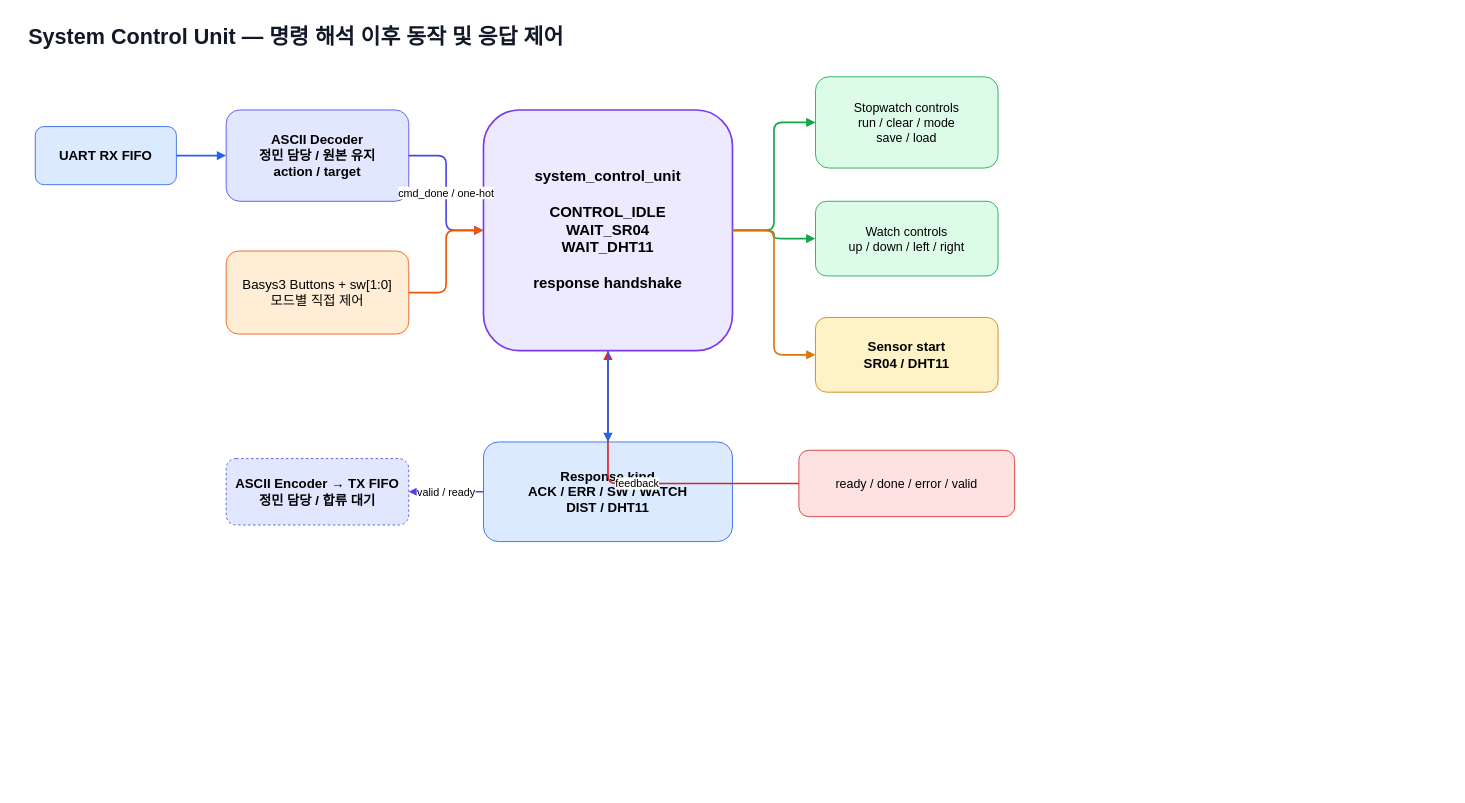
This is page "2_Control_Unit" (2 of 3) of docs/Minseong_BlockDiagram.drawio from Cha-pagetti/fpga_proj_sensor_watch_stopwatch, a draw.io file, before an edit. Source tidied: cells renumbered, new cells numbered last; positions are measured from the earlier drawing's top-left corner, leaving out a move shared by most shapes. Both pictures are drawn from the tidied source at 83%, with x=0, y=0 at pixel (27, 18).
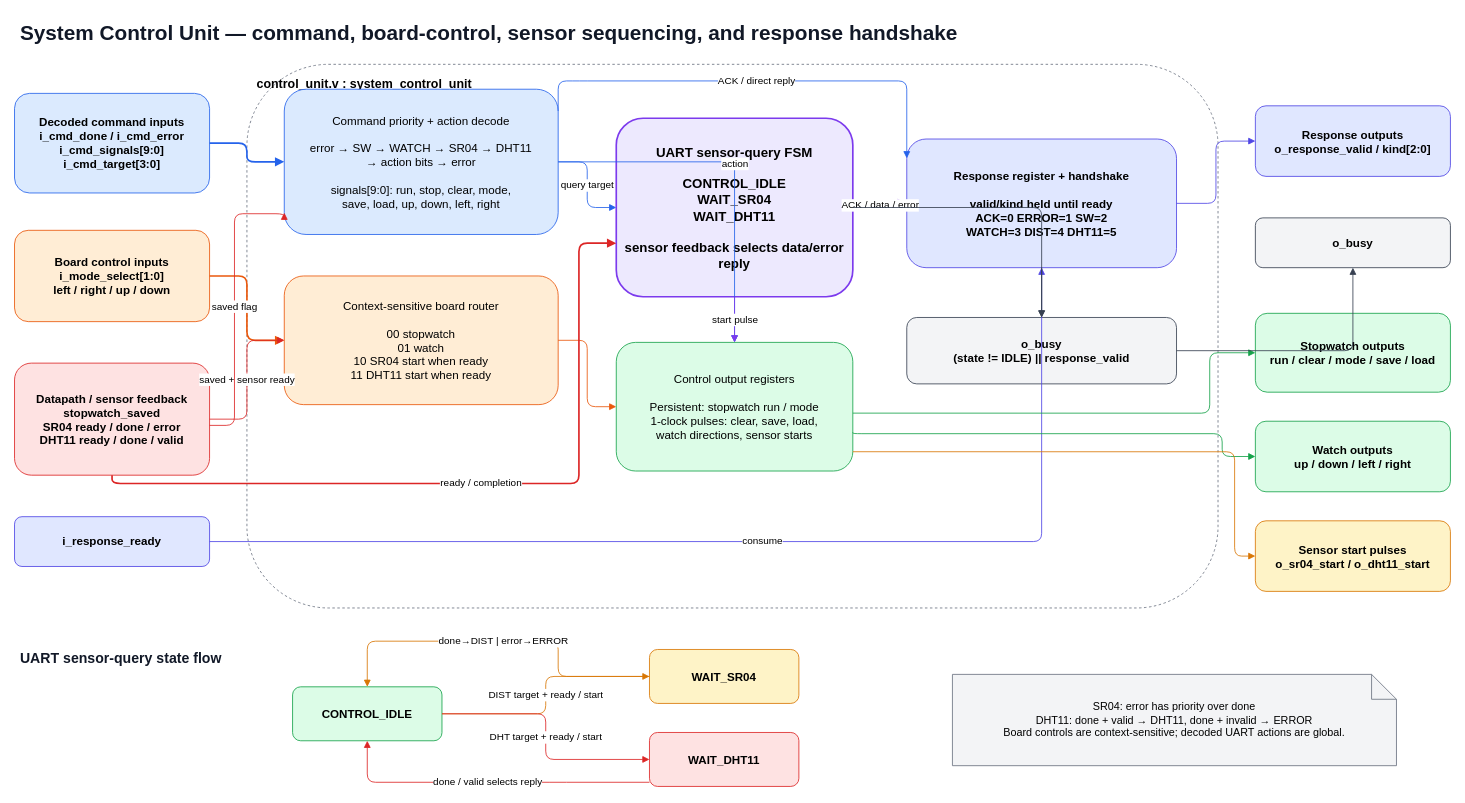
After the change.

Change to the diagram source:
```diff
@@
-    <mxCell id="2" value="System Control Unit — 명령 해석 이후 동작 및 응답 제어" style="text;html=1;strokeColor=none;fillColor=none;align=left;fontSize=26;fontStyle=1;fontColor=#111827;" parent="1" vertex="1">
-      <mxGeometry width="900" height="40" as="geometry" />
-    </mxCell>
-    <mxCell id="3" value="UART RX FIFO" style="rounded=1;whiteSpace=wrap;html=1;fillColor=#DBEAFE;strokeColor=#2563EB;fontSize=16;fontStyle=1;" parent="1" vertex="1">
-      <mxGeometry x="10" y="130" width="170" height="70" as="geometry" />
-    </mxCell>
-    <mxCell id="4" value="ASCII Decoder&#10;정민 담당 / 원본 유지&#10;action / target" style="rounded=1;whiteSpace=wrap;html=1;fillColor=#E0E7FF;strokeColor=#4F46E5;fontSize=16;fontStyle=1;" parent="1" vertex="1">
-      <mxGeometry x="240" y="110" width="220" height="110" as="geometry" />
-    </mxCell>
-    <mxCell id="5" value="Basys3 Buttons + sw[1:0]&#10;모드별 직접 제어" style="rounded=1;whiteSpace=wrap;html=1;fillColor=#FFEDD5;strokeColor=#EA580C;fontSize=16;" parent="1" vertex="1">
-      <mxGeometry x="240" y="280" width="220" height="100" as="geometry" />
-    </mxCell>
-    <mxCell id="6" value="system_control_unit&#10;&#10;CONTROL_IDLE&#10;WAIT_SR04&#10;WAIT_DHT11&#10;&#10;response handshake" style="rounded=1;whiteSpace=wrap;html=1;fillColor=#EDE9FE;strokeColor=#7C3AED;fontSize=18;fontStyle=1;strokeWidth=2;" parent="1" vertex="1">
-      <mxGeometry x="550" y="110" width="300" height="290" as="geometry" />
-    </mxCell>
-    <mxCell id="7" value="Stopwatch controls&#10;run / clear / mode&#10;save / load" style="rounded=1;whiteSpace=wrap;html=1;fillColor=#DCFCE7;strokeColor=#16A34A;fontSize=15;" parent="1" vertex="1">
-      <mxGeometry x="950" y="70" width="220" height="110" as="geometry" />
-    </mxCell>
-    <mxCell id="8" value="Watch controls&#10;up / down / left / right" style="rounded=1;whiteSpace=wrap;html=1;fillColor=#DCFCE7;strokeColor=#16A34A;fontSize=15;" parent="1" vertex="1">
-      <mxGeometry x="950" y="220" width="220" height="90" as="geometry" />
-    </mxCell>
-    <mxCell id="9" value="Sensor start&#10;SR04 / DHT11" style="rounded=1;whiteSpace=wrap;html=1;fillColor=#FEF3C7;strokeColor=#D97706;fontSize=16;fontStyle=1;" parent="1" vertex="1">
-      <mxGeometry x="950" y="360" width="220" height="90" as="geometry" />
-    </mxCell>
-    <mxCell id="10" value="ready / done / error / valid" style="rounded=1;whiteSpace=wrap;html=1;fillColor=#FEE2E2;strokeColor=#DC2626;fontSize=15;" parent="1" vertex="1">
-      <mxGeometry x="930" y="520" width="260" height="80" as="geometry" />
-    </mxCell>
-    <mxCell id="11" value="Response kind&#10;ACK / ERR / SW / WATCH&#10;DIST / DHT11" style="rounded=1;whiteSpace=wrap;html=1;fillColor=#DBEAFE;strokeColor=#2563EB;fontSize=16;fontStyle=1;" parent="1" vertex="1">
-      <mxGeometry x="550" y="510" width="300" height="120" as="geometry" />
-    </mxCell>
-    <mxCell id="12" value="ASCII Encoder → TX FIFO&#10;정민 담당 / 합류 대기" style="rounded=1;whiteSpace=wrap;html=1;fillColor=#E0E7FF;strokeColor=#4F46E5;fontSize=16;fontStyle=1;dashed=1;" parent="1" vertex="1">
-      <mxGeometry x="240" y="530" width="220" height="80" as="geometry" />
-    </mxCell>
-    <mxCell id="13" style="edgeStyle=orthogonalEdgeStyle;html=1;endArrow=block;strokeWidth=2;strokeColor=#2563EB;" parent="1" edge="1" source="3" target="4">
-      <mxGeometry relative="1" as="geometry" />
-    </mxCell>
-    <mxCell id="14" value="cmd_done / one-hot" style="edgeStyle=orthogonalEdgeStyle;html=1;endArrow=block;strokeWidth=2;strokeColor=#4F46E5;fontSize=13;" parent="1" edge="1" source="4" target="6">
-      <mxGeometry relative="1" as="geometry" />
-    </mxCell>
-    <mxCell id="15" style="edgeStyle=orthogonalEdgeStyle;html=1;endArrow=block;strokeWidth=2;strokeColor=#EA580C;" parent="1" edge="1" source="5" target="6">
-      <mxGeometry relative="1" as="geometry" />
-    </mxCell>
-    <mxCell id="16" style="edgeStyle=orthogonalEdgeStyle;html=1;endArrow=block;strokeWidth=2;strokeColor=#16A34A;" parent="1" edge="1" source="6" target="7">
-      <mxGeometry relative="1" as="geometry" />
-    </mxCell>
-    <mxCell id="17" style="edgeStyle=orthogonalEdgeStyle;html=1;endArrow=block;strokeWidth=2;strokeColor=#16A34A;" parent="1" edge="1" source="6" target="8">
-      <mxGeometry relative="1" as="geometry" />
-    </mxCell>
-    <mxCell id="18" style="edgeStyle=orthogonalEdgeStyle;html=1;endArrow=block;strokeWidth=2;strokeColor=#D97706;" parent="1" edge="1" source="6" target="9">
-      <mxGeometry relative="1" as="geometry" />
-    </mxCell>
-    <mxCell id="19" value="feedback" style="edgeStyle=orthogonalEdgeStyle;html=1;endArrow=block;strokeWidth=2;strokeColor=#DC2626;fontSize=13;" parent="1" edge="1" source="10" target="6">
-      <mxGeometry relative="1" as="geometry" />
-    </mxCell>
-    <mxCell id="20" style="edgeStyle=orthogonalEdgeStyle;html=1;endArrow=block;strokeWidth=2;strokeColor=#2563EB;" parent="1" edge="1" source="6" target="11">
-      <mxGeometry relative="1" as="geometry" />
-    </mxCell>
-    <mxCell id="21" value="valid / ready" style="edgeStyle=orthogonalEdgeStyle;html=1;endArrow=block;strokeWidth=2;strokeColor=#4F46E5;fontSize=13;" parent="1" edge="1" source="11" target="12">
-      <mxGeometry relative="1" as="geometry" />
-    </mxCell>
+    <mxCell id="22" value="System Control Unit — command, board-control, sensor sequencing, and response handshake" style="text;html=1;strokeColor=none;fillColor=none;align=left;fontSize=25;fontStyle=1;fontColor=#111827;" parent="1" vertex="1">
+      <mxGeometry x="-10" y="-5" width="1250" height="40" as="geometry" />
+    </mxCell>
+    <mxCell id="23" value="control_unit.v : system_control_unit" style="rounded=1;whiteSpace=wrap;html=1;fillColor=none;strokeColor=#6B7280;dashed=1;verticalAlign=top;align=left;spacingTop=8;spacingLeft=10;fontSize=15;fontStyle=1;" parent="1" vertex="1">
+      <mxGeometry x="265" y="55" width="1170" height="655" as="geometry" />
+    </mxCell>
+    <mxCell id="24" value="Decoded command inputs&#10;i_cmd_done / i_cmd_error&#10;i_cmd_signals[9:0]&#10;i_cmd_target[3:0]" style="rounded=1;whiteSpace=wrap;html=1;fillColor=#DBEAFE;strokeColor=#2563EB;fontSize=14;fontStyle=1;" parent="1" vertex="1">
+      <mxGeometry x="-15" y="90" width="235" height="120" as="geometry" />
+    </mxCell>
+    <mxCell id="25" value="Board control inputs&#10;i_mode_select[1:0]&#10;left / right / up / down" style="rounded=1;whiteSpace=wrap;html=1;fillColor=#FFEDD5;strokeColor=#EA580C;fontSize=14;fontStyle=1;" parent="1" vertex="1">
+      <mxGeometry x="-15" y="255" width="235" height="110" as="geometry" />
+    </mxCell>
+    <mxCell id="26" value="Datapath / sensor feedback&#10;stopwatch_saved&#10;SR04 ready / done / error&#10;DHT11 ready / done / valid" style="rounded=1;whiteSpace=wrap;html=1;fillColor=#FEE2E2;strokeColor=#DC2626;fontSize=14;fontStyle=1;" parent="1" vertex="1">
+      <mxGeometry x="-15" y="415" width="235" height="135" as="geometry" />
+    </mxCell>
+    <mxCell id="27" value="i_response_ready" style="rounded=1;whiteSpace=wrap;html=1;fillColor=#E0E7FF;strokeColor=#4F46E5;fontSize=14;fontStyle=1;" parent="1" vertex="1">
+      <mxGeometry x="-15" y="600" width="235" height="60" as="geometry" />
+    </mxCell>
+    <mxCell id="28" value="Command priority + action decode&#10;&#10;error → SW → WATCH → SR04 → DHT11&#10;→ action bits → error&#10;&#10;signals[9:0]: run, stop, clear, mode,&#10;save, load, up, down, left, right" style="rounded=1;whiteSpace=wrap;html=1;fillColor=#DBEAFE;strokeColor=#2563EB;fontSize=14;" parent="1" vertex="1">
+      <mxGeometry x="310" y="85" width="330" height="175" as="geometry" />
+    </mxCell>
+    <mxCell id="29" value="Context-sensitive board router&#10;&#10;00 stopwatch&#10;01 watch&#10;10 SR04 start when ready&#10;11 DHT11 start when ready" style="rounded=1;whiteSpace=wrap;html=1;fillColor=#FFEDD5;strokeColor=#EA580C;fontSize=14;" parent="1" vertex="1">
+      <mxGeometry x="310" y="310" width="330" height="155" as="geometry" />
+    </mxCell>
+    <mxCell id="30" value="UART sensor-query FSM&#10;&#10;CONTROL_IDLE&#10;WAIT_SR04&#10;WAIT_DHT11&#10;&#10;sensor feedback selects data/error reply" style="rounded=1;whiteSpace=wrap;html=1;fillColor=#EDE9FE;strokeColor=#7C3AED;fontSize=16;fontStyle=1;strokeWidth=2;" parent="1" vertex="1">
+      <mxGeometry x="710" y="120" width="285" height="215" as="geometry" />
+    </mxCell>
+    <mxCell id="31" value="Control output registers&#10;&#10;Persistent: stopwatch run / mode&#10;1-clock pulses: clear, save, load,&#10;watch directions, sensor starts" style="rounded=1;whiteSpace=wrap;html=1;fillColor=#DCFCE7;strokeColor=#16A34A;fontSize=14;" parent="1" vertex="1">
+      <mxGeometry x="710" y="390" width="285" height="155" as="geometry" />
+    </mxCell>
+    <mxCell id="32" value="Response register + handshake&#10;&#10;valid/kind held until ready&#10;ACK=0  ERROR=1  SW=2&#10;WATCH=3  DIST=4  DHT11=5" style="rounded=1;whiteSpace=wrap;html=1;fillColor=#E0E7FF;strokeColor=#4F46E5;fontSize=14;fontStyle=1;" parent="1" vertex="1">
+      <mxGeometry x="1060" y="145" width="325" height="155" as="geometry" />
+    </mxCell>
+    <mxCell id="33" value="o_busy&#10;(state != IDLE) || response_valid" style="rounded=1;whiteSpace=wrap;html=1;fillColor=#F3F4F6;strokeColor=#374151;fontSize=14;fontStyle=1;" parent="1" vertex="1">
+      <mxGeometry x="1060" y="360" width="325" height="80" as="geometry" />
+    </mxCell>
+    <mxCell id="34" value="Response outputs&#10;o_response_valid / kind[2:0]" style="rounded=1;whiteSpace=wrap;html=1;fillColor=#E0E7FF;strokeColor=#4F46E5;fontSize=14;fontStyle=1;" parent="1" vertex="1">
+      <mxGeometry x="1480" y="105" width="235" height="85" as="geometry" />
+    </mxCell>
+    <mxCell id="35" value="o_busy" style="rounded=1;whiteSpace=wrap;html=1;fillColor=#F3F4F6;strokeColor=#374151;fontSize=14;fontStyle=1;" parent="1" vertex="1">
+      <mxGeometry x="1480" y="240" width="235" height="60" as="geometry" />
+    </mxCell>
+    <mxCell id="36" value="Stopwatch outputs&#10;run / clear / mode / save / load" style="rounded=1;whiteSpace=wrap;html=1;fillColor=#DCFCE7;strokeColor=#16A34A;fontSize=14;fontStyle=1;" parent="1" vertex="1">
+      <mxGeometry x="1480" y="355" width="235" height="95" as="geometry" />
+    </mxCell>
+    <mxCell id="37" value="Watch outputs&#10;up / down / left / right" style="rounded=1;whiteSpace=wrap;html=1;fillColor=#DCFCE7;strokeColor=#16A34A;fontSize=14;fontStyle=1;" parent="1" vertex="1">
+      <mxGeometry x="1480" y="485" width="235" height="85" as="geometry" />
+    </mxCell>
+    <mxCell id="38" value="Sensor start pulses&#10;o_sr04_start / o_dht11_start" style="rounded=1;whiteSpace=wrap;html=1;fillColor=#FEF3C7;strokeColor=#D97706;fontSize=14;fontStyle=1;" parent="1" vertex="1">
+      <mxGeometry x="1480" y="605" width="235" height="85" as="geometry" />
+    </mxCell>
+    <mxCell id="39" style="edgeStyle=orthogonalEdgeStyle;html=1;endArrow=block;strokeWidth=2;strokeColor=#2563EB;" parent="1" edge="1" source="24" target="28">
+      <mxGeometry relative="1" as="geometry" />
+    </mxCell>
+    <mxCell id="40" value="query target" style="edgeStyle=orthogonalEdgeStyle;html=1;endArrow=block;strokeColor=#2563EB;fontSize=12;" parent="1" edge="1" source="28" target="30">
+      <mxGeometry relative="1" as="geometry" />
+    </mxCell>
+    <mxCell id="41" value="action" style="edgeStyle=orthogonalEdgeStyle;html=1;endArrow=block;strokeColor=#2563EB;fontSize=12;" parent="1" edge="1" source="28" target="31">
+      <mxGeometry relative="1" as="geometry" />
+    </mxCell>
+    <mxCell id="42" style="edgeStyle=orthogonalEdgeStyle;html=1;endArrow=block;strokeWidth=2;strokeColor=#EA580C;" parent="1" edge="1" source="25" target="29">
+      <mxGeometry relative="1" as="geometry" />
+    </mxCell>
+    <mxCell id="43" style="edgeStyle=orthogonalEdgeStyle;html=1;endArrow=block;strokeColor=#EA580C;" parent="1" edge="1" source="29" target="31">
+      <mxGeometry relative="1" as="geometry" />
+    </mxCell>
+    <mxCell id="44" value="ready / completion" style="edgeStyle=orthogonalEdgeStyle;html=1;endArrow=block;strokeWidth=2;strokeColor=#DC2626;fontSize=12;entryX=0;entryY=0.7;" parent="1" edge="1" source="26" target="30">
+      <mxGeometry relative="1" as="geometry">
+        <Array as="points">
+          <mxPoint x="665" y="560" />
+          <mxPoint x="665" y="270" />
+        </Array>
+      </mxGeometry>
+    </mxCell>
+    <mxCell id="45" value="saved + sensor ready" style="edgeStyle=orthogonalEdgeStyle;html=1;endArrow=block;strokeColor=#DC2626;fontSize=12;" parent="1" edge="1" source="26" target="29">
+      <mxGeometry relative="1" as="geometry" />
+    </mxCell>
+    <mxCell id="46" value="saved flag" style="edgeStyle=orthogonalEdgeStyle;html=1;endArrow=block;strokeColor=#DC2626;fontSize=12;entryX=0;entryY=0.85;" parent="1" edge="1" source="26" target="28">
+      <mxGeometry relative="1" as="geometry">
+        <Array as="points">
+          <mxPoint x="250" y="490" />
+          <mxPoint x="250" y="235" />
+        </Array>
+      </mxGeometry>
+    </mxCell>
+    <mxCell id="47" value="start pulse" style="edgeStyle=orthogonalEdgeStyle;html=1;endArrow=block;strokeColor=#7C3AED;fontSize=12;" parent="1" edge="1" source="30" target="31">
+      <mxGeometry relative="1" as="geometry" />
+    </mxCell>
+    <mxCell id="48" value="ACK / data / error" style="edgeStyle=orthogonalEdgeStyle;html=1;endArrow=block;strokeWidth=2;strokeColor=#7C3AED;fontSize=12;" parent="1" edge="1" source="30" target="32">
+      <mxGeometry relative="1" as="geometry" />
+    </mxCell>
+    <mxCell id="49" value="ACK / direct reply" style="edgeStyle=orthogonalEdgeStyle;html=1;endArrow=block;strokeColor=#2563EB;fontSize=12;exitX=1;exitY=0.15;entryX=0;entryY=0.15;" parent="1" edge="1" source="28" target="32">
+      <mxGeometry relative="1" as="geometry">
+        <Array as="points">
+          <mxPoint x="665" y="75" />
+          <mxPoint x="1030" y="75" />
+        </Array>
+      </mxGeometry>
+    </mxCell>
+    <mxCell id="50" value="consume" style="edgeStyle=orthogonalEdgeStyle;html=1;endArrow=block;strokeColor=#4F46E5;fontSize=12;" parent="1" edge="1" source="27" target="32">
+      <mxGeometry relative="1" as="geometry" />
+    </mxCell>
+    <mxCell id="51" style="edgeStyle=orthogonalEdgeStyle;html=1;endArrow=block;strokeColor=#16A34A;exitX=1;exitY=0.55;entryX=0;entryY=0.5;" parent="1" edge="1" source="31" target="36">
+      <mxGeometry relative="1" as="geometry">
+        <Array as="points">
+          <mxPoint x="1425" y="475" />
+          <mxPoint x="1425" y="402" />
+        </Array>
+      </mxGeometry>
+    </mxCell>
+    <mxCell id="52" style="edgeStyle=orthogonalEdgeStyle;html=1;endArrow=block;strokeColor=#16A34A;exitX=1;exitY=0.7;entryX=0;entryY=0.5;" parent="1" edge="1" source="31" target="37">
+      <mxGeometry relative="1" as="geometry">
+        <Array as="points">
+          <mxPoint x="1440" y="500" />
+          <mxPoint x="1440" y="527" />
+        </Array>
+      </mxGeometry>
+    </mxCell>
+    <mxCell id="53" style="edgeStyle=orthogonalEdgeStyle;html=1;endArrow=block;strokeColor=#D97706;exitX=1;exitY=0.85;entryX=0;entryY=0.5;" parent="1" edge="1" source="31" target="38">
+      <mxGeometry relative="1" as="geometry">
+        <Array as="points">
+          <mxPoint x="1455" y="522" />
+          <mxPoint x="1455" y="647" />
+        </Array>
+      </mxGeometry>
+    </mxCell>
+    <mxCell id="54" style="edgeStyle=orthogonalEdgeStyle;html=1;endArrow=block;strokeColor=#4F46E5;" parent="1" edge="1" source="32" target="34">
+      <mxGeometry relative="1" as="geometry" />
+    </mxCell>
+    <mxCell id="55" style="edgeStyle=orthogonalEdgeStyle;html=1;endArrow=block;strokeColor=#374151;" parent="1" edge="1" source="30" target="33">
+      <mxGeometry relative="1" as="geometry" />
+    </mxCell>
+    <mxCell id="56" style="edgeStyle=orthogonalEdgeStyle;html=1;endArrow=block;strokeColor=#374151;" parent="1" edge="1" source="32" target="33">
+      <mxGeometry relative="1" as="geometry" />
+    </mxCell>
+    <mxCell id="57" style="edgeStyle=orthogonalEdgeStyle;html=1;endArrow=block;strokeColor=#374151;" parent="1" edge="1" source="33" target="35">
+      <mxGeometry relative="1" as="geometry" />
+    </mxCell>
+    <mxCell id="58" value="UART sensor-query state flow" style="text;html=1;strokeColor=none;fillColor=none;align=left;fontSize=17;fontStyle=1;fontColor=#111827;" parent="1" vertex="1">
+      <mxGeometry x="-10" y="755" width="350" height="30" as="geometry" />
+    </mxCell>
+    <mxCell id="59" value="CONTROL_IDLE" style="rounded=1;whiteSpace=wrap;html=1;fillColor=#DCFCE7;strokeColor=#16A34A;fontSize=14;fontStyle=1;" parent="1" vertex="1">
+      <mxGeometry x="320" y="805" width="180" height="65" as="geometry" />
+    </mxCell>
+    <mxCell id="60" value="WAIT_SR04" style="rounded=1;whiteSpace=wrap;html=1;fillColor=#FEF3C7;strokeColor=#D97706;fontSize=14;fontStyle=1;" parent="1" vertex="1">
+      <mxGeometry x="750" y="760" width="180" height="65" as="geometry" />
+    </mxCell>
+    <mxCell id="61" value="WAIT_DHT11" style="rounded=1;whiteSpace=wrap;html=1;fillColor=#FEE2E2;strokeColor=#DC2626;fontSize=14;fontStyle=1;" parent="1" vertex="1">
+      <mxGeometry x="750" y="860" width="180" height="65" as="geometry" />
+    </mxCell>
+    <mxCell id="62" value="SR04: error has priority over done&#10;DHT11: done + valid → DHT11, done + invalid → ERROR&#10;Board controls are context-sensitive; decoded UART actions are global." style="shape=note;whiteSpace=wrap;html=1;backgroundOutline=1;fillColor=#F3F4F6;strokeColor=#6B7280;fontSize=13;" parent="1" vertex="1">
+      <mxGeometry x="1115" y="790" width="535" height="110" as="geometry" />
+    </mxCell>
+    <mxCell id="63" value="DIST target + ready / start" style="edgeStyle=orthogonalEdgeStyle;html=1;endArrow=block;strokeColor=#D97706;fontSize=12;" parent="1" edge="1" source="59" target="60">
+      <mxGeometry relative="1" as="geometry" />
+    </mxCell>
+    <mxCell id="64" value="done→DIST | error→ERROR" style="edgeStyle=orthogonalEdgeStyle;html=1;endArrow=block;strokeColor=#D97706;fontSize=12;" parent="1" edge="1" source="60" target="59">
+      <mxGeometry relative="1" as="geometry">
+        <Array as="points">
+          <mxPoint x="640" y="750" />
+          <mxPoint x="410" y="750" />
+        </Array>
+      </mxGeometry>
+    </mxCell>
+    <mxCell id="65" value="DHT target + ready / start" style="edgeStyle=orthogonalEdgeStyle;html=1;endArrow=block;strokeColor=#DC2626;fontSize=12;" parent="1" edge="1" source="59" target="61">
+      <mxGeometry relative="1" as="geometry" />
+    </mxCell>
+    <mxCell id="66" value="done / valid selects reply" style="edgeStyle=orthogonalEdgeStyle;html=1;endArrow=block;strokeColor=#DC2626;fontSize=12;" parent="1" edge="1" source="61" target="59">
+      <mxGeometry relative="1" as="geometry">
+        <Array as="points">
+          <mxPoint x="640" y="920" />
+          <mxPoint x="410" y="920" />
+        </Array>
+      </mxGeometry>
+    </mxCell>
```
